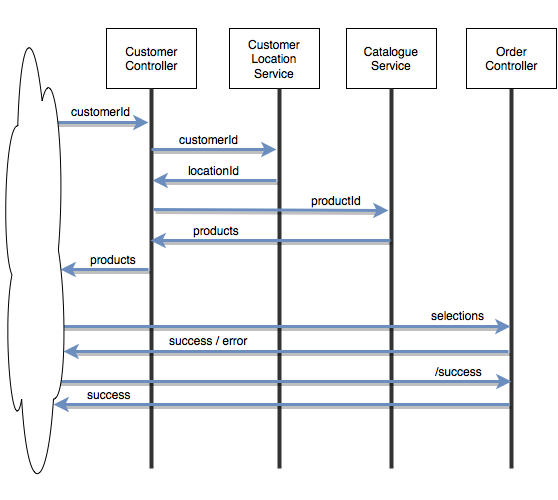
Earlier version of the draw.io export docs/customerproducts_flowDiagram.png (amadeoas/spring-customerproducts). Source tidied: cells renumbered, new cells last; positions are measured from the earlier drawing's top-left corner, leaving out a move shared by most shapes.
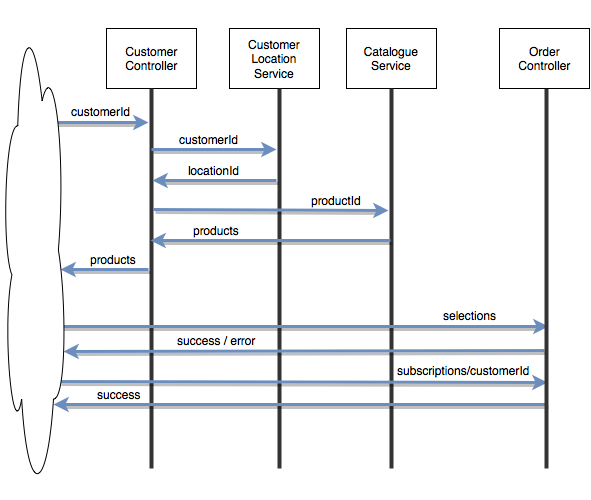
The same diagram one commit later.

What changed in the source:
```diff
@@ -75,16 +75,9 @@
         <mxPoint x="-102" y="-9" as="offset" />
       </mxGeometry>
     </mxCell>
-    <mxCell id="18" style="line;direction=south;html=1;strokeColor=#333333;" parent="1" vertex="1">
-      <mxGeometry x="505" y="87" width="10" height="380" as="geometry" />
-    </mxCell>
-    <mxCell id="19" value="Order&lt;br&gt;Controller" style="whiteSpace=wrap;html=1;" parent="1" vertex="1">
-      <mxGeometry x="465" y="27" width="90" height="60" as="geometry" />
-    </mxCell>
-    <mxCell id="20" style="endArrow=classic;html=1;entryX=0.961;entryY=0.6;entryPerimeter=0;plain-blue;shadow=1;strokeWidth=3;" parent="1" edge="1">
+    <mxCell id="20" style="endArrow=classic;html=1;entryX=0.626;entryY=0.3;entryPerimeter=0;plain-blue;shadow=1;strokeWidth=3;" parent="1" edge="1" target="18">
       <mxGeometry x="140" y="367" as="geometry">
         <mxPoint x="45" y="325" as="sourcePoint" />
-        <mxPoint x="509" y="325" as="targetPoint" />
       </mxGeometry>
     </mxCell>
     <mxCell id="21" value="selections" style="text;html=1;align=center;verticalAlign=middle;labelBackgroundColor=#ffffff;" parent="20" vertex="1">
@@ -92,15 +85,14 @@
         <mxPoint x="269" y="-14" as="offset" />
       </mxGeometry>
     </mxCell>
-    <mxCell id="22" style="endArrow=classic;html=1;plain-blue;shadow=1;strokeWidth=3;" parent="1" edge="1">
+    <mxCell id="22" style="endArrow=classic;html=1;plain-blue;shadow=1;strokeWidth=3;exitX=0.689;exitY=0.7;exitPerimeter=0;" parent="1" edge="1" source="18">
       <mxGeometry x="370" y="362" as="geometry">
-        <mxPoint x="507" y="350" as="sourcePoint" />
         <mxPoint x="62" y="350" as="targetPoint" />
       </mxGeometry>
     </mxCell>
     <mxCell id="23" value="success / error&lt;br&gt;" style="text;html=1;align=center;verticalAlign=middle;labelBackgroundColor=#ffffff;" parent="22" vertex="1">
       <mxGeometry x="-0.39" y="-2" relative="1" as="geometry">
-        <mxPoint x="-164" y="-10" as="offset" />
+        <mxPoint x="-181" y="-9" as="offset" />
       </mxGeometry>
     </mxCell>
     <mxCell id="24" style="endArrow=classic;html=1;strokeWidth=3;shadow=1;plain-blue;" parent="1" edge="1">
@@ -114,30 +106,34 @@
         <mxPoint x="-9" y="-9" as="offset" />
       </mxGeometry>
     </mxCell>
-    <mxCell id="26" style="endArrow=classic;html=1;plain-blue;shadow=1;strokeWidth=3;entryX=0.846;entryY=0.815;entryPerimeter=0;" parent="1" edge="1">
+    <mxCell id="26" style="endArrow=classic;html=1;plain-blue;shadow=1;strokeWidth=3;entryX=0.846;entryY=0.815;entryPerimeter=0;exitX=0.832;exitY=0.5;exitPerimeter=0;" parent="1" edge="1" source="18">
       <mxGeometry x="370" y="411" as="geometry">
-        <mxPoint x="508" y="403" as="sourcePoint" />
         <mxPoint x="52" y="403" as="targetPoint" />
       </mxGeometry>
     </mxCell>
     <mxCell id="27" value="success&lt;br&gt;" style="text;html=1;align=center;verticalAlign=middle;labelBackgroundColor=#ffffff;" parent="26" vertex="1">
       <mxGeometry x="-0.39" y="-2" relative="1" as="geometry">
-        <mxPoint x="-261" y="-9" as="offset" />
+        <mxPoint x="-277" y="-9" as="offset" />
       </mxGeometry>
     </mxCell>
-    <mxCell id="28" style="endArrow=classic;html=1;entryX=0.961;entryY=0.6;entryPerimeter=0;plain-blue;shadow=1;strokeWidth=3;" parent="1" edge="1">
-      <mxGeometry x="141" y="422" as="geometry">
-        <mxPoint x="46" y="380" as="sourcePoint" />
-        <mxPoint x="510" y="380" as="targetPoint" />
+    <mxCell id="28" style="endArrow=classic;html=1;entryX=0.774;entryY=0.4;entryPerimeter=0;plain-blue;shadow=1;strokeWidth=3;" parent="1" edge="1" target="18">
+      <mxGeometry x="153" y="422" as="geometry">
+        <mxPoint x="58" y="380" as="sourcePoint" />
       </mxGeometry>
     </mxCell>
-    <mxCell id="29" value="/success" style="text;html=1;align=center;verticalAlign=middle;labelBackgroundColor=#ffffff;" parent="28" vertex="1">
+    <mxCell id="29" value="subscriptions/customerId" style="text;html=1;align=center;verticalAlign=middle;labelBackgroundColor=#ffffff;" parent="28" vertex="1">
       <mxGeometry x="-0.39" y="-2" relative="1" as="geometry">
-        <mxPoint x="269" y="-13" as="offset" />
+        <mxPoint x="255" y="-14" as="offset" />
       </mxGeometry>
     </mxCell>
     <mxCell id="30" style="ellipse;shape=cloud;whiteSpace=wrap;html=1;" parent="1" vertex="1">
       <mxGeometry width="65" height="497" as="geometry" />
     </mxCell>
+    <mxCell id="18" style="line;direction=south;html=1;strokeColor=#333333;" parent="1" vertex="1">
+      <mxGeometry x="540" y="87" width="10" height="380" as="geometry" />
+    </mxCell>
+    <mxCell id="19" value="Order&lt;br&gt;Controller" style="whiteSpace=wrap;html=1;" parent="1" vertex="1">
+      <mxGeometry x="498" y="27" width="90" height="60" as="geometry" />
+    </mxCell>
   </root>
 </mxGraphModel>
```
